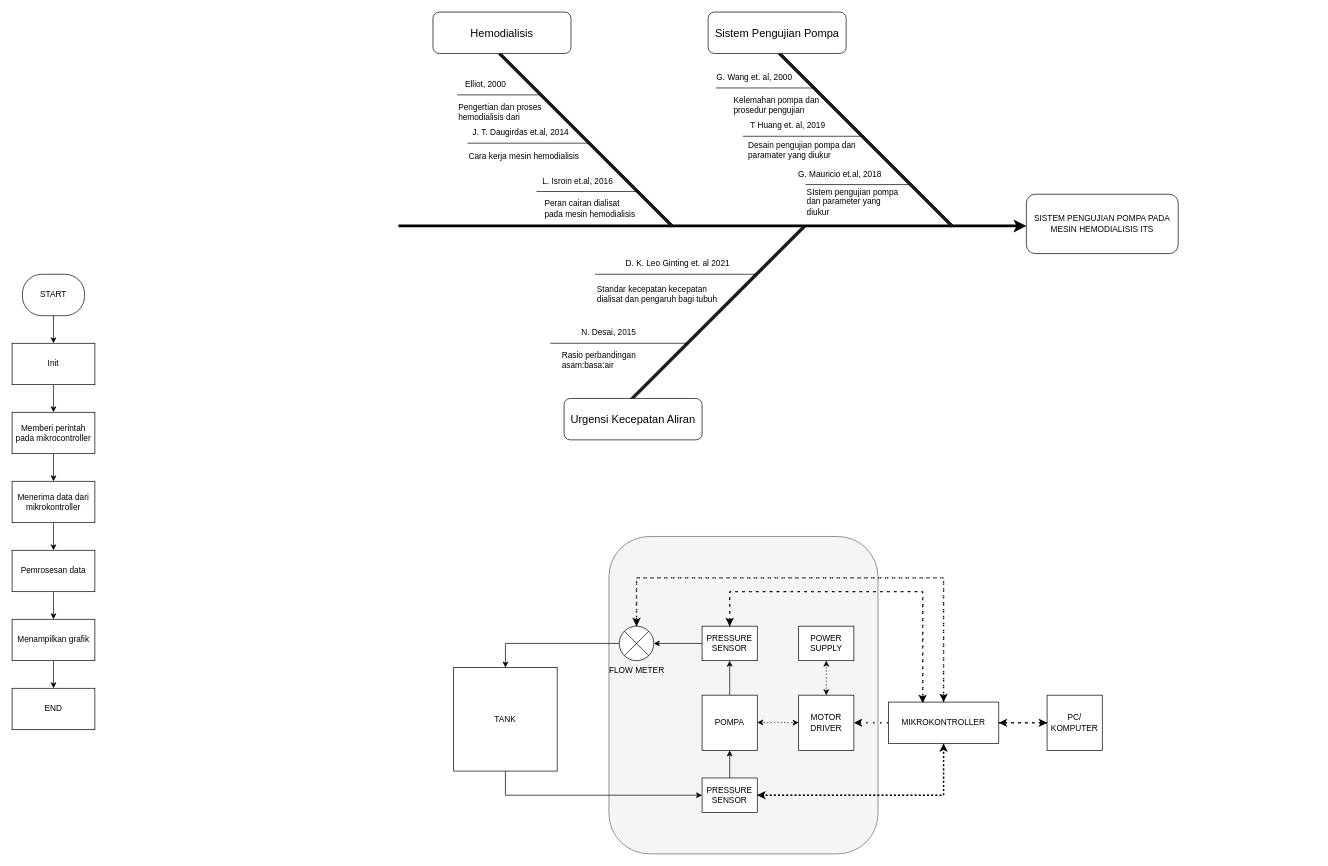
The draw.io diagram Untitled Diagram.drawio in hulagukhan/bismillahjadi, before the edit. Source tidied: cells renumbered, new cells numbered last; positions are measured from the earlier drawing's top-left corner, leaving out a move shared by most shapes. Both pictures are drawn from the tidied source at 69%, with x=0, y=0 at pixel (12, 12).
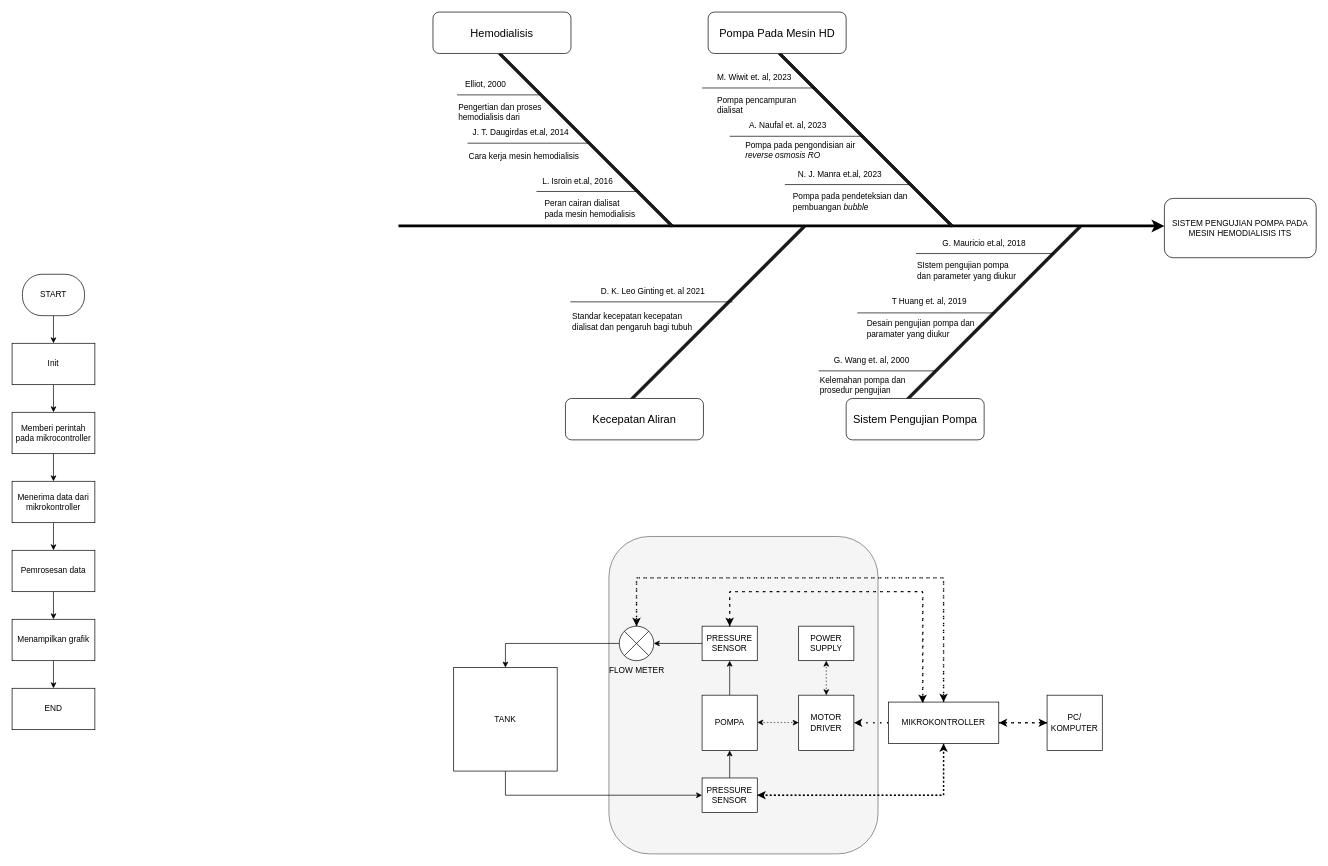
After the change.

Change to the diagram source:
```diff
@@
     <mxCell id="43" style="endArrow=classic;html=1;rounded=0;edgeStyle=orthogonalEdgeStyle;strokeWidth=4;" parent="1" edge="1">
       <mxGeometry relative="1" as="geometry">
         <mxPoint x="560" y="310" as="sourcePoint" />
-        <mxPoint x="1470" y="310" as="targetPoint" />
+        <mxPoint x="1670" y="310" as="targetPoint" />
       </mxGeometry>
     </mxCell>
@@
     <mxCell id="57" style="endArrow=none;html=1;rounded=0;edgeStyle=orthogonalEdgeStyle;" parent="1" edge="1">
       <mxGeometry relative="1" as="geometry">
-        <mxPoint x="845" y="380" as="sourcePoint" />
-        <mxPoint x="1080" y="380" as="targetPoint" />
+        <mxPoint x="809" y="420" as="sourcePoint" />
+        <mxPoint x="1044" y="420" as="targetPoint" />
       </mxGeometry>
     </mxCell>
     <mxCell id="58" value="D. K. Leo Ginting et. al 2021" style="text;html=1;strokeColor=none;fillColor=none;align=center;verticalAlign=middle;whiteSpace=wrap;rounded=0;" parent="1" vertex="1">
-      <mxGeometry x="880" y="350" width="170" height="30" as="geometry" />
+      <mxGeometry x="844" y="390" width="170" height="30" as="geometry" />
     </mxCell>
     <mxCell id="59" value="&lt;div style=&quot;&quot;&gt;&lt;span style=&quot;background-color: initial;&quot;&gt;Standar kecepatan kecepatan dialisat dan pengaruh bagi tubuh&lt;/span&gt;&lt;/div&gt;" style="text;html=1;strokeColor=none;fillColor=none;align=left;verticalAlign=middle;whiteSpace=wrap;rounded=0;" parent="1" vertex="1">
-      <mxGeometry x="845.5" y="384" width="185" height="50" as="geometry" />
+      <mxGeometry x="809.5" y="424" width="185" height="50" as="geometry" />
     </mxCell>
-    <mxCell id="60" value="&lt;font style=&quot;font-size: 16px;&quot;&gt;Urgensi Kecepatan Aliran&lt;/font&gt;" style="rounded=1;whiteSpace=wrap;html=1;" parent="1" vertex="1">
-      <mxGeometry x="800" y="560" width="200" height="60" as="geometry" />
+    <mxCell id="60" value="&lt;font style=&quot;font-size: 16px;&quot;&gt;Kecepatan Aliran&lt;/font&gt;" style="rounded=1;whiteSpace=wrap;html=1;" parent="1" vertex="1">
+      <mxGeometry x="802" y="560" width="200" height="60" as="geometry" />
     </mxCell>
-    <mxCell id="61" value="&lt;span style=&quot;font-size: 16px;&quot;&gt;Sistem Pengujian Pompa&lt;/span&gt;" style="rounded=1;whiteSpace=wrap;html=1;" parent="1" vertex="1">
+    <mxCell id="61" value="&lt;span style=&quot;font-size: 16px;&quot;&gt;Pompa Pada Mesin HD&lt;/span&gt;" style="rounded=1;whiteSpace=wrap;html=1;" parent="1" vertex="1">
       <mxGeometry x="1008.8" width="200" height="60" as="geometry" />
     </mxCell>
     <mxCell id="62" style="endArrow=none;html=1;rounded=0;edgeStyle=orthogonalEdgeStyle;" parent="1" edge="1">
       <mxGeometry relative="1" as="geometry">
-        <mxPoint x="1020" y="110" as="sourcePoint" />
+        <mxPoint x="1000" y="110" as="sourcePoint" />
         <mxPoint x="1164" y="110" as="targetPoint" />
       </mxGeometry>
     </mxCell>
-    <mxCell id="63" value="G. Wang et. al, 2000" style="text;html=1;strokeColor=none;fillColor=none;align=center;verticalAlign=middle;whiteSpace=wrap;rounded=0;" parent="1" vertex="1">
+    <mxCell id="63" value="M. Wiwit et. al, 2023" style="text;html=1;strokeColor=none;fillColor=none;align=center;verticalAlign=middle;whiteSpace=wrap;rounded=0;" parent="1" vertex="1">
       <mxGeometry x="1011.7" y="80" width="128.3" height="30" as="geometry" />
     </mxCell>
-    <mxCell id="64" value="&lt;div style=&quot;&quot;&gt;&lt;span style=&quot;background-color: initial;&quot;&gt;Kelemahan pompa dan prosedur pengujian&lt;/span&gt;&lt;/div&gt;" style="text;html=1;strokeColor=none;fillColor=none;align=left;verticalAlign=middle;whiteSpace=wrap;rounded=0;" parent="1" vertex="1">
-      <mxGeometry x="1044" y="120" width="140" height="30" as="geometry" />
+    <mxCell id="64" value="&lt;div style=&quot;&quot;&gt;&lt;span style=&quot;background-color: initial;&quot;&gt;Pompa pencampuran dialisat&lt;/span&gt;&lt;/div&gt;" style="text;html=1;strokeColor=none;fillColor=none;align=left;verticalAlign=middle;whiteSpace=wrap;rounded=0;" parent="1" vertex="1">
+      <mxGeometry x="1020" y="120" width="140" height="30" as="geometry" />
     </mxCell>
     <mxCell id="65" style="endArrow=none;html=1;rounded=0;edgeStyle=orthogonalEdgeStyle;" parent="1" edge="1">
       <mxGeometry relative="1" as="geometry">
-        <mxPoint x="1059" y="180" as="sourcePoint" />
+        <mxPoint x="1040" y="180" as="sourcePoint" />
         <mxPoint x="1234" y="180" as="targetPoint" />
       </mxGeometry>
     </mxCell>
-    <mxCell id="66" value="T Huang et. al, 2019" style="text;html=1;strokeColor=none;fillColor=none;align=center;verticalAlign=middle;whiteSpace=wrap;rounded=0;" parent="1" vertex="1">
+    <mxCell id="66" value="A. Naufal et. al, 2023" style="text;html=1;strokeColor=none;fillColor=none;align=center;verticalAlign=middle;whiteSpace=wrap;rounded=0;" parent="1" vertex="1">
       <mxGeometry x="1065" y="150" width="119" height="30" as="geometry" />
     </mxCell>
-    <mxCell id="67" value="Desain pengujian pompa dan paramater yang diukur" style="text;html=1;strokeColor=none;fillColor=none;align=left;verticalAlign=middle;whiteSpace=wrap;rounded=0;" parent="1" vertex="1">
-      <mxGeometry x="1065" y="190" width="185" height="20" as="geometry" />
+    <mxCell id="67" value="Pompa pada pengondisian air &lt;i&gt;reverse osmosis RO&lt;/i&gt;" style="text;html=1;strokeColor=none;fillColor=none;align=left;verticalAlign=middle;whiteSpace=wrap;rounded=0;" parent="1" vertex="1">
+      <mxGeometry x="1060.5" y="190" width="185" height="20" as="geometry" />
     </mxCell>
     <mxCell id="68" style="endArrow=none;html=1;rounded=0;edgeStyle=orthogonalEdgeStyle;" parent="1" edge="1">
       <mxGeometry relative="1" as="geometry">
-        <mxPoint x="1150" y="250" as="sourcePoint" />
+        <mxPoint x="1120" y="250" as="sourcePoint" />
         <mxPoint x="1300" y="250" as="targetPoint" />
       </mxGeometry>
     </mxCell>
-    <mxCell id="69" value="G. Mauricio et.al, 2018" style="text;html=1;strokeColor=none;fillColor=none;align=center;verticalAlign=middle;whiteSpace=wrap;rounded=0;" parent="1" vertex="1">
+    <mxCell id="69" value="N. J. Manra et.al, 2023" style="text;html=1;strokeColor=none;fillColor=none;align=center;verticalAlign=middle;whiteSpace=wrap;rounded=0;" parent="1" vertex="1">
       <mxGeometry x="1130" y="220" width="140" height="30" as="geometry" />
     </mxCell>
-    <mxCell id="70" value="&lt;div style=&quot;&quot;&gt;&lt;span style=&quot;background-color: initial;&quot;&gt;SIstem pengujian pompa dan parameter yang diukur&lt;/span&gt;&lt;/div&gt;" style="text;html=1;strokeColor=none;fillColor=none;align=left;verticalAlign=middle;whiteSpace=wrap;rounded=0;" parent="1" vertex="1">
-      <mxGeometry x="1150" y="260" width="140" height="30" as="geometry" />
+    <mxCell id="70" value="&lt;div style=&quot;&quot;&gt;&lt;span style=&quot;background-color: initial;&quot;&gt;Pompa pada pendeteksian dan pembuangan &lt;i&gt;bubble&lt;/i&gt;&lt;/span&gt;&lt;/div&gt;" style="text;html=1;strokeColor=none;fillColor=none;align=left;verticalAlign=middle;whiteSpace=wrap;rounded=0;" parent="1" vertex="1">
+      <mxGeometry x="1130" y="260" width="170" height="30" as="geometry" />
     </mxCell>
-    <mxCell id="71" style="endArrow=none;html=1;rounded=0;edgeStyle=orthogonalEdgeStyle;" parent="1" edge="1">
-      <mxGeometry relative="1" as="geometry">
-        <mxPoint x="780" y="480" as="sourcePoint" />
-        <mxPoint x="980" y="480" as="targetPoint" />
-      </mxGeometry>
-    </mxCell>
-    <mxCell id="72" value="N. Desai, 2015" style="text;html=1;strokeColor=none;fillColor=none;align=center;verticalAlign=middle;whiteSpace=wrap;rounded=0;" parent="1" vertex="1">
-      <mxGeometry x="780" y="450" width="170" height="30" as="geometry" />
-    </mxCell>
-    <mxCell id="73" value="&lt;div style=&quot;&quot;&gt;&lt;span style=&quot;background-color: initial;&quot;&gt;Rasio perbandingan asam:basa:air&lt;/span&gt;&lt;/div&gt;" style="text;html=1;strokeColor=none;fillColor=none;align=left;verticalAlign=middle;whiteSpace=wrap;rounded=0;" parent="1" vertex="1">
-      <mxGeometry x="795" y="490" width="140" height="30" as="geometry" />
-    </mxCell>
     <mxCell id="74" value="SISTEM PENGUJIAN POMPA PADA MESIN HEMODIALISIS ITS" style="rounded=1;whiteSpace=wrap;html=1;" parent="1" vertex="1">
-      <mxGeometry x="1470" y="264" width="220" height="86" as="geometry" />
+      <mxGeometry x="1670" y="270" width="220" height="86" as="geometry" />
     </mxCell>
+    <mxCell id="75" style="rounded=0;whiteSpace=wrap;html=1;rotation=135;fillColor=#1A1A1A;flipH=1;flipV=1;" parent="1" vertex="1">
+      <mxGeometry x="1245.5" y="434" width="354.5" height="4" as="geometry" />
+    </mxCell>
+    <mxCell id="76" value="&lt;font style=&quot;font-size: 16px;&quot;&gt;Sistem Pengujian Pompa&lt;/font&gt;" style="rounded=1;whiteSpace=wrap;html=1;" parent="1" vertex="1">
+      <mxGeometry x="1208.8" y="560" width="200" height="60" as="geometry" />
+    </mxCell>
+    <mxCell id="77" style="endArrow=none;html=1;rounded=0;edgeStyle=orthogonalEdgeStyle;" parent="1" edge="1">
+      <mxGeometry relative="1" as="geometry">
+        <mxPoint x="1169" y="520" as="sourcePoint" />
+        <mxPoint x="1339" y="520" as="targetPoint" />
+      </mxGeometry>
+    </mxCell>
+    <mxCell id="78" value="G. Wang et. al, 2000" style="text;html=1;strokeColor=none;fillColor=none;align=center;verticalAlign=middle;whiteSpace=wrap;rounded=0;" parent="1" vertex="1">
+      <mxGeometry x="1181.7" y="490" width="128.3" height="30" as="geometry" />
+    </mxCell>
+    <mxCell id="79" value="&lt;div style=&quot;&quot;&gt;&lt;span style=&quot;background-color: initial;&quot;&gt;Kelemahan pompa dan prosedur pengujian&lt;/span&gt;&lt;/div&gt;" style="text;html=1;strokeColor=none;fillColor=none;align=left;verticalAlign=middle;whiteSpace=wrap;rounded=0;" parent="1" vertex="1">
+      <mxGeometry x="1169" y="526" width="152.7" height="30" as="geometry" />
+    </mxCell>
+    <mxCell id="80" style="endArrow=none;html=1;rounded=0;edgeStyle=orthogonalEdgeStyle;" parent="1" edge="1">
+      <mxGeometry relative="1" as="geometry">
+        <mxPoint x="1225" y="436" as="sourcePoint" />
+        <mxPoint x="1424" y="436" as="targetPoint" />
+      </mxGeometry>
+    </mxCell>
+    <mxCell id="81" value="T Huang et. al, 2019" style="text;html=1;strokeColor=none;fillColor=none;align=center;verticalAlign=middle;whiteSpace=wrap;rounded=0;" parent="1" vertex="1">
+      <mxGeometry x="1270" y="404" width="119" height="30" as="geometry" />
+    </mxCell>
+    <mxCell id="82" value="Desain pengujian pompa dan paramater yang diukur" style="text;html=1;strokeColor=none;fillColor=none;align=left;verticalAlign=middle;whiteSpace=wrap;rounded=0;" parent="1" vertex="1">
+      <mxGeometry x="1237" y="444" width="185" height="30" as="geometry" />
+    </mxCell>
+    <mxCell id="83" value="G. Mauricio et.al, 2018" style="text;html=1;strokeColor=none;fillColor=none;align=center;verticalAlign=middle;whiteSpace=wrap;rounded=0;" parent="1" vertex="1">
+      <mxGeometry x="1339" y="320" width="140" height="30" as="geometry" />
+    </mxCell>
+    <mxCell id="84" value="&lt;div style=&quot;&quot;&gt;&lt;span style=&quot;background-color: initial;&quot;&gt;SIstem pengujian pompa dan parameter yang diukur&lt;/span&gt;&lt;/div&gt;" style="text;html=1;strokeColor=none;fillColor=none;align=left;verticalAlign=middle;whiteSpace=wrap;rounded=0;" parent="1" vertex="1">
+      <mxGeometry x="1310" y="360" width="150" height="30" as="geometry" />
+    </mxCell>
+    <mxCell id="85" style="endArrow=none;html=1;rounded=0;edgeStyle=orthogonalEdgeStyle;" parent="1" edge="1">
+      <mxGeometry relative="1" as="geometry">
+        <mxPoint x="1310" y="350" as="sourcePoint" />
+        <mxPoint x="1509" y="350" as="targetPoint" />
+      </mxGeometry>
+    </mxCell>
```
